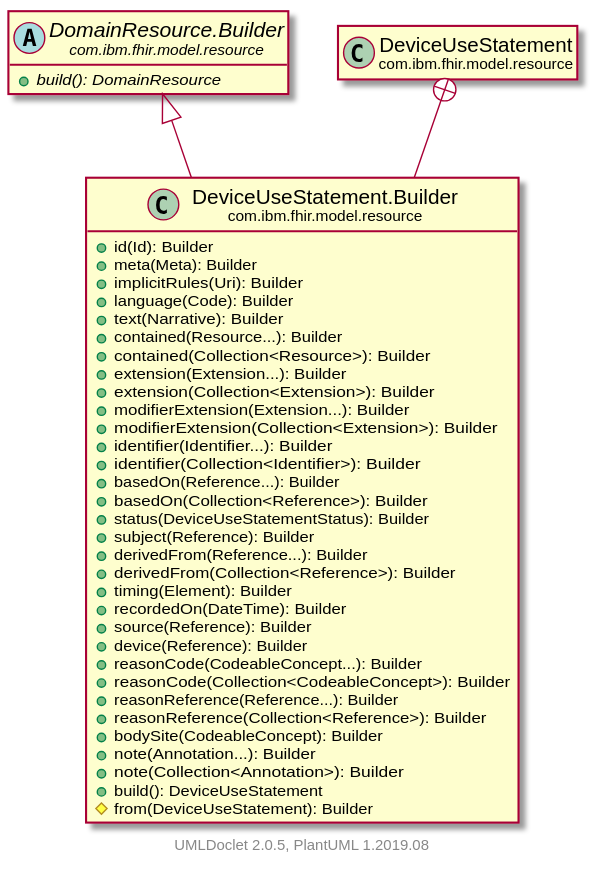
Earlier version of the PlantUML export javadocs/latest/com/ibm/fhir/model/resource/DeviceUseStatement.Builder.svg (tumblewind/FHIR).
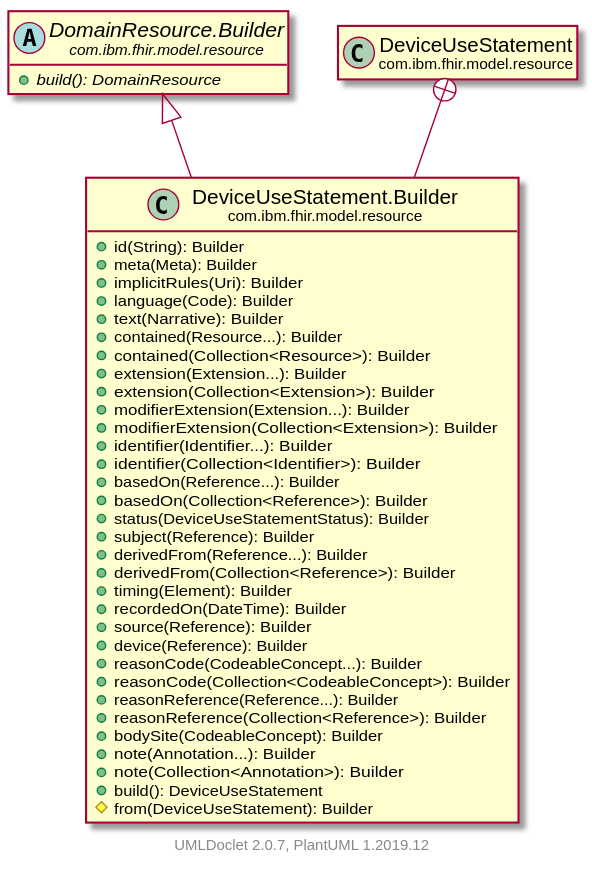
The same file after the commit.

What changed in the source:
```diff
@@ -4,7 +4,7 @@
     hide empty methods
 
     class "<size:14>DeviceUseStatement.Builder\n<size:10>com.ibm.fhir.model.resource" as com.ibm.fhir.model.resource.DeviceUseStatement.Builder [[DeviceUseStatement.Builder.html]] {
-        +id(Id): Builder
+        +id(String): Builder
         +meta(Meta): Builder
         +implicitRules(Uri): Builder
         +language(Code): Builder
@@ -46,5 +46,5 @@
     com.ibm.fhir.model.resource.DomainResource.Builder <|-- com.ibm.fhir.model.resource.DeviceUseStatement.Builder
     com.ibm.fhir.model.resource.DeviceUseStatement +-- com.ibm.fhir.model.resource.DeviceUseStatement.Builder
 
-    center footer UMLDoclet 2.0.5, PlantUML 1.2019.08
+    center footer UMLDoclet 2.0.7, PlantUML 1.2019.12
 @enduml
```
